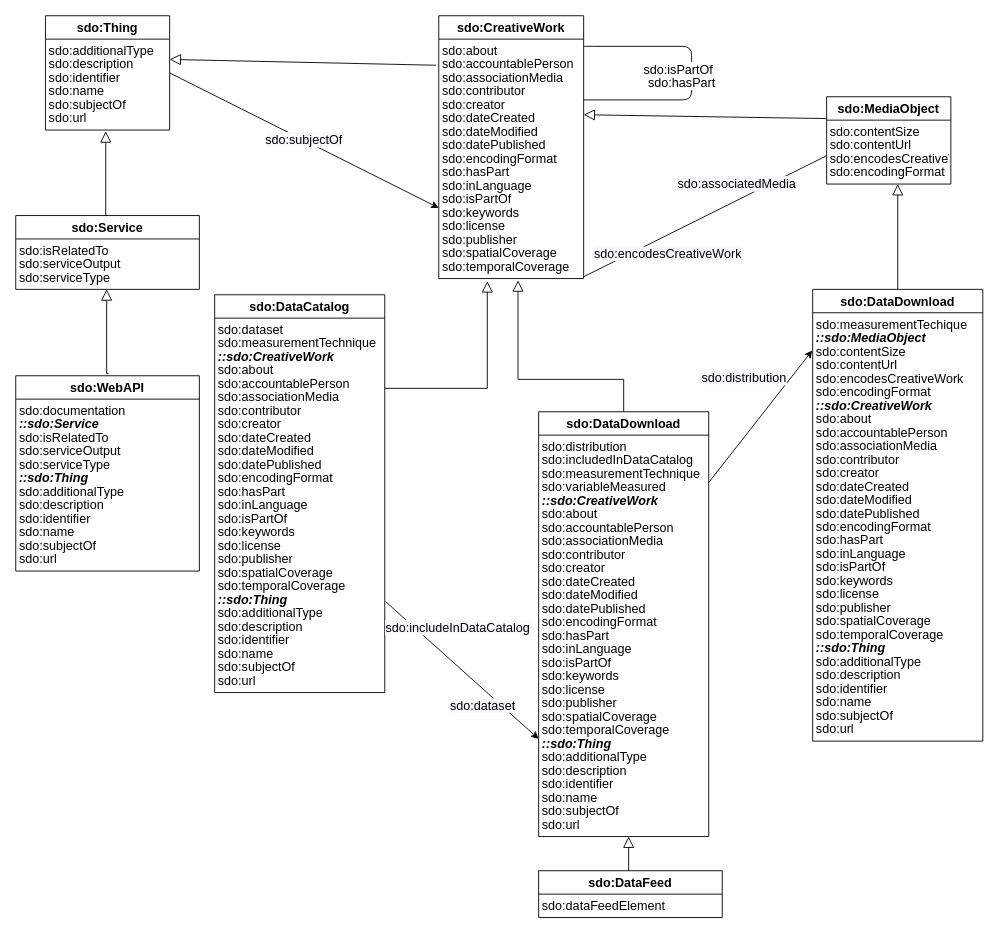
w3c/dxwg keeps this draw.io diagram as dcat/images/schema.org-dataset.drawio. Above is the earlier version. Source tidied: cells renumbered, new cells numbered last; positions are measured from the earlier drawing's top-left corner, leaving out a move shared by most shapes. Both pictures are drawn from the tidied source at 90%, with x=0, y=0 at pixel (15, 15).
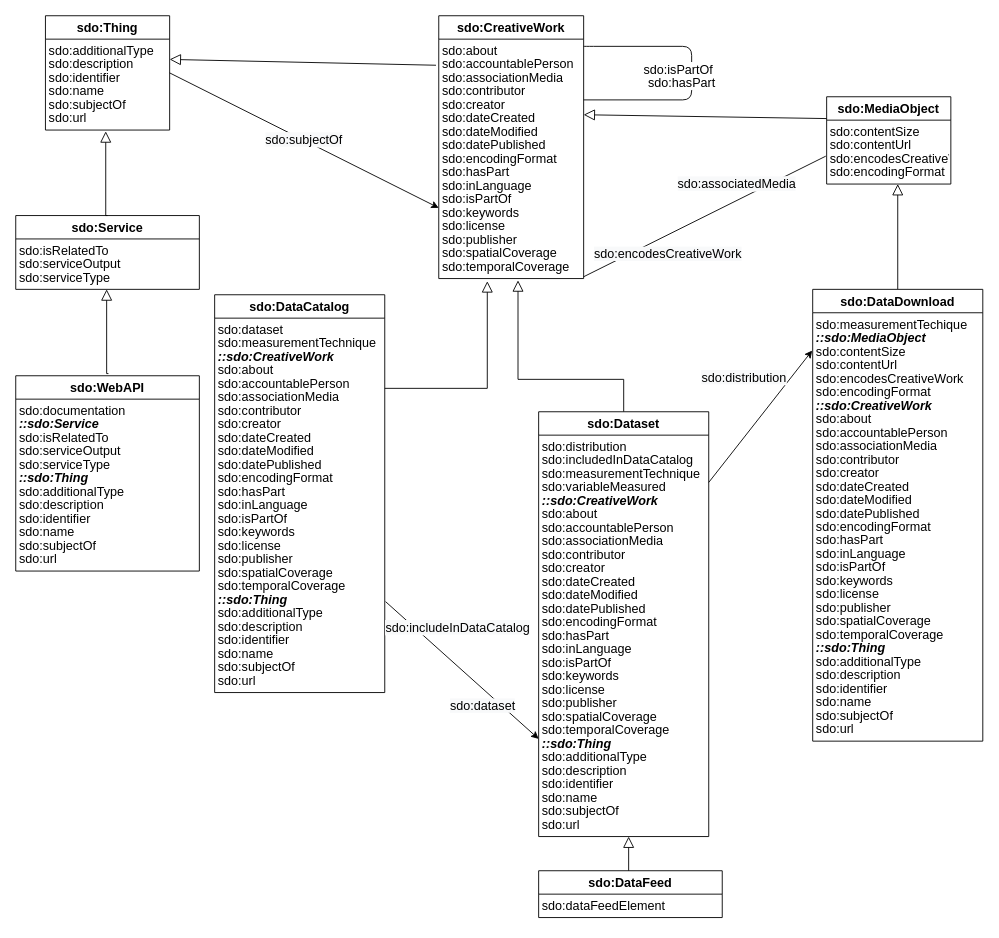
The same diagram, later.

Commit message (it also covers changes not shown here):
corrected redundant sdo:DataDownload, now sdo:Dataset

Diff of the diagram source:
```diff
@@
-    <mxCell id="78" value="sdo:DataDownload" style="swimlane;fontStyle=1;horizontal=1;startSize=26;spacing=0;fontSize=14;" parent="1" vertex="1">
+    <mxCell id="78" value="sdo:Dataset" style="swimlane;fontStyle=1;horizontal=1;startSize=26;spacing=0;fontSize=14;" parent="1" vertex="1">
       <mxGeometry x="581" y="440" width="189" height="472" as="geometry" />
     </mxCell>
```
